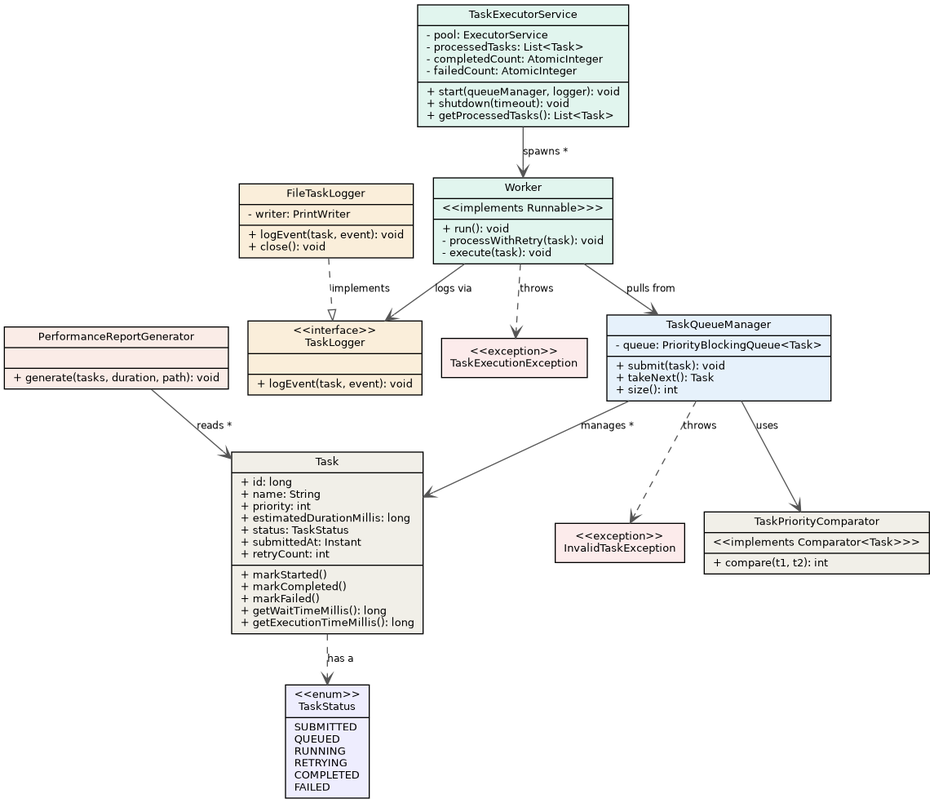
This is docs/diagrams/class_diagram.png from Aklesh1206/Java_vityarthi_project, a Graphviz export, as it was before one commit. Its source is kept beside it as docs/diagrams/class_diagram.dot. Source of this version:
```dot
digraph ClassDiagram {
    rankdir=TB;
    bgcolor="white";
    node [shape=record, fontname="Helvetica", fontsize=10, style=filled, fillcolor="#F1EFE8"];
    edge [fontname="Helvetica", fontsize=9, color="#555555", arrowhead=vee];

    Task [label="{Task|+ id: long\l+ name: String\l+ priority: int\l+ estimatedDurationMillis: long\l+ status: TaskStatus\l+ submittedAt: Instant\l+ retryCount: int\l|+ markStarted()\l+ markCompleted()\l+ markFailed()\l+ getWaitTimeMillis(): long\l+ getExecutionTimeMillis(): long\l}"];

    TaskStatus [label="{\<\<enum\>\>\nTaskStatus|SUBMITTED\lQUEUED\lRUNNING\lRETRYING\lCOMPLETED\lFAILED\l}", fillcolor="#EEEDFE"];

    TaskPriorityComparator [label="{TaskPriorityComparator|\<\<implements Comparator\<Task\>\>\>|+ compare(t1, t2): int\l}"];

    TaskQueueManager [label="{TaskQueueManager|- queue: PriorityBlockingQueue\<Task\>\l|+ submit(task): void\l+ takeNext(): Task\l+ size(): int\l}", fillcolor="#E6F1FB"];

    TaskExecutorService [label="{TaskExecutorService|- pool: ExecutorService\l- processedTasks: List\<Task\>\l- completedCount: AtomicInteger\l- failedCount: AtomicInteger\l|+ start(queueManager, logger): void\l+ shutdown(timeout): void\l+ getProcessedTasks(): List\<Task\>\l}", fillcolor="#E1F5EE"];

    Worker [label="{Worker|\<\<implements Runnable\>\>\>|+ run(): void\l- processWithRetry(task): void\l- execute(task): void\l}", fillcolor="#E1F5EE"];

    TaskLogger [label="{\<\<interface\>\>\nTaskLogger||+ logEvent(task, event): void\l}", fillcolor="#FAEEDA"];

    FileTaskLogger [label="{FileTaskLogger|- writer: PrintWriter\l|+ logEvent(task, event): void\l+ close(): void\l}", fillcolor="#FAEEDA"];

    PerformanceReportGenerator [label="{PerformanceReportGenerator||+ generate(tasks, duration, path): void\l}", fillcolor="#FAECE7"];

    InvalidTaskException [label="{\<\<exception\>\>\nInvalidTaskException}", fillcolor="#FCEBEB"];
    TaskExecutionException [label="{\<\<exception\>\>\nTaskExecutionException}", fillcolor="#FCEBEB"];

    Task -> TaskStatus [label="has a", style=dashed, arrowhead=vee];
    TaskQueueManager -> Task [label="manages *"];
    TaskQueueManager -> TaskPriorityComparator [label="uses"];
    TaskQueueManager -> InvalidTaskException [label="throws", style=dashed];
    TaskExecutorService -> Worker [label="spawns *"];
    Worker -> TaskQueueManager [label="pulls from"];
    Worker -> TaskLogger [label="logs via"];
    Worker -> TaskExecutionException [label="throws", style=dashed];
    FileTaskLogger -> TaskLogger [label="implements", arrowhead=empty, style=dashed];
    PerformanceReportGenerator -> Task [label="reads *"];
}
```
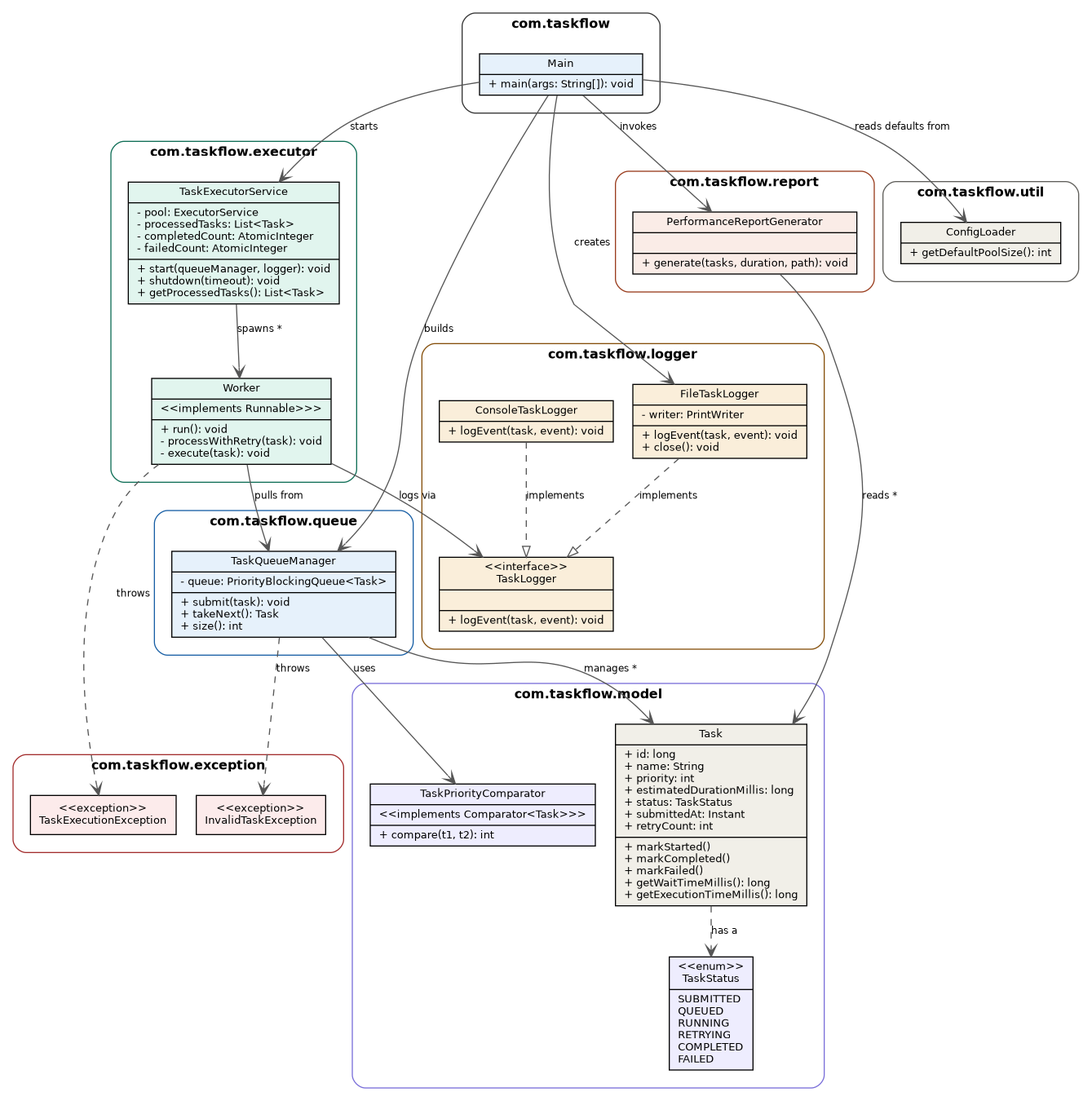
Above is the later version.

Commit message:
Update architecture and class diagrams to reflect com.taskflow package structure

What changed in the source:
```diff
@@ -1,29 +1,78 @@
 digraph ClassDiagram {
     rankdir=TB;
     bgcolor="white";
+    fontname="Helvetica";
     node [shape=record, fontname="Helvetica", fontsize=10, style=filled, fillcolor="#F1EFE8"];
     edge [fontname="Helvetica", fontsize=9, color="#555555", arrowhead=vee];
+    compound=true;
 
-    Task [label="{Task|+ id: long\l+ name: String\l+ priority: int\l+ estimatedDurationMillis: long\l+ status: TaskStatus\l+ submittedAt: Instant\l+ retryCount: int\l|+ markStarted()\l+ markCompleted()\l+ markFailed()\l+ getWaitTimeMillis(): long\l+ getExecutionTimeMillis(): long\l}"];
+    subgraph cluster_model {
+        label="com.taskflow.model";
+        fontsize=12; fontname="Helvetica-Bold"; color="#7A6FD9"; style=rounded; margin=16;
 
-    TaskStatus [label="{\<\<enum\>\>\nTaskStatus|SUBMITTED\lQUEUED\lRUNNING\lRETRYING\lCOMPLETED\lFAILED\l}", fillcolor="#EEEDFE"];
+        Task [label="{Task|+ id: long\l+ name: String\l+ priority: int\l+ estimatedDurationMillis: long\l+ status: TaskStatus\l+ submittedAt: Instant\l+ retryCount: int\l|+ markStarted()\l+ markCompleted()\l+ markFailed()\l+ getWaitTimeMillis(): long\l+ getExecutionTimeMillis(): long\l}"];
+        TaskStatus [label="{\<\<enum\>\>\nTaskStatus|SUBMITTED\lQUEUED\lRUNNING\lRETRYING\lCOMPLETED\lFAILED\l}", fillcolor="#EEEDFE"];
+        TaskPriorityComparator [label="{TaskPriorityComparator|\<\<implements Comparator\<Task\>\>\>|+ compare(t1, t2): int\l}", fillcolor="#EEEDFE"];
+    }
 
-    TaskPriorityComparator [label="{TaskPriorityComparator|\<\<implements Comparator\<Task\>\>\>|+ compare(t1, t2): int\l}"];
+    subgraph cluster_queue {
+        label="com.taskflow.queue";
+        fontsize=12; fontname="Helvetica-Bold"; color="#185FA5"; style=rounded; margin=16;
 
-    TaskQueueManager [label="{TaskQueueManager|- queue: PriorityBlockingQueue\<Task\>\l|+ submit(task): void\l+ takeNext(): Task\l+ size(): int\l}", fillcolor="#E6F1FB"];
+        TaskQueueManager [label="{TaskQueueManager|- queue: PriorityBlockingQueue\<Task\>\l|+ submit(task): void\l+ takeNext(): Task\l+ size(): int\l}", fillcolor="#E6F1FB"];
+    }
 
-    TaskExecutorService [label="{TaskExecutorService|- pool: ExecutorService\l- processedTasks: List\<Task\>\l- completedCount: AtomicInteger\l- failedCount: AtomicInteger\l|+ start(queueManager, logger): void\l+ shutdown(timeout): void\l+ getProcessedTasks(): List\<Task\>\l}", fillcolor="#E1F5EE"];
+    subgraph cluster_executor {
+        label="com.taskflow.executor";
+        fontsize=12; fontname="Helvetica-Bold"; color="#0F6E56"; style=rounded; margin=16;
 
-    Worker [label="{Worker|\<\<implements Runnable\>\>\>|+ run(): void\l- processWithRetry(task): void\l- execute(task): void\l}", fillcolor="#E1F5EE"];
+        TaskExecutorService [label="{TaskExecutorService|- pool: ExecutorService\l- processedTasks: List\<Task\>\l- completedCount: AtomicInteger\l- failedCount: AtomicInteger\l|+ start(queueManager, logger): void\l+ shutdown(timeout): void\l+ getProcessedTasks(): List\<Task\>\l}", fillcolor="#E1F5EE"];
+        Worker [label="{Worker|\<\<implements Runnable\>\>\>|+ run(): void\l- processWithRetry(task): void\l- execute(task): void\l}", fillcolor="#E1F5EE"];
+    }
 
-    TaskLogger [label="{\<\<interface\>\>\nTaskLogger||+ logEvent(task, event): void\l}", fillcolor="#FAEEDA"];
+    subgraph cluster_logger {
+        label="com.taskflow.logger";
+        fontsize=12; fontname="Helvetica-Bold"; color="#854F0B"; style=rounded; margin=16;
 
-    FileTaskLogger [label="{FileTaskLogger|- writer: PrintWriter\l|+ logEvent(task, event): void\l+ close(): void\l}", fillcolor="#FAEEDA"];
+        TaskLogger [label="{\<\<interface\>\>\nTaskLogger||+ logEvent(task, event): void\l}", fillcolor="#FAEEDA"];
+        FileTaskLogger [label="{FileTaskLogger|- writer: PrintWriter\l|+ logEvent(task, event): void\l+ close(): void\l}", fillcolor="#FAEEDA"];
+        ConsoleTaskLogger [label="{ConsoleTaskLogger|+ logEvent(task, event): void\l}", fillcolor="#FAEEDA"];
+    }
 
-    PerformanceReportGenerator [label="{PerformanceReportGenerator||+ generate(tasks, duration, path): void\l}", fillcolor="#FAECE7"];
+    subgraph cluster_report {
+        label="com.taskflow.report";
+        fontsize=12; fontname="Helvetica-Bold"; color="#993C1D"; style=rounded; margin=16;
 
-    InvalidTaskException [label="{\<\<exception\>\>\nInvalidTaskException}", fillcolor="#FCEBEB"];
-    TaskExecutionException [label="{\<\<exception\>\>\nTaskExecutionException}", fillcolor="#FCEBEB"];
+        PerformanceReportGenerator [label="{PerformanceReportGenerator||+ generate(tasks, duration, path): void\l}", fillcolor="#FAECE7"];
+    }
+
+    subgraph cluster_exception {
+        label="com.taskflow.exception";
+        fontsize=12; fontname="Helvetica-Bold"; color="#A32D2D"; style=rounded; margin=16;
+
+        InvalidTaskException [label="{\<\<exception\>\>\nInvalidTaskException}", fillcolor="#FCEBEB"];
+        TaskExecutionException [label="{\<\<exception\>\>\nTaskExecutionException}", fillcolor="#FCEBEB"];
+    }
+
+    subgraph cluster_util {
+        label="com.taskflow.util";
+        fontsize=12; fontname="Helvetica-Bold"; color="#5F5E5A"; style=rounded; margin=16;
+
+        ConfigLoader [label="{ConfigLoader|+ getDefaultPoolSize(): int\l}", fillcolor="#F1EFE8"];
+    }
+
+    subgraph cluster_root {
+        label="com.taskflow";
+        fontsize=12; fontname="Helvetica-Bold"; color="#333333"; style=rounded; margin=16;
+
+        Main [label="{Main|+ main(args: String[]): void\l}", fillcolor="#E6F1FB"];
+    }
+
+    Main -> TaskQueueManager [label="builds"];
+    Main -> TaskExecutorService [label="starts"];
+    Main -> FileTaskLogger [label="creates"];
+    Main -> PerformanceReportGenerator [label="invokes"];
+    Main -> ConfigLoader [label="reads defaults from"];
 
     Task -> TaskStatus [label="has a", style=dashed, arrowhead=vee];
     TaskQueueManager -> Task [label="manages *"];
@@ -34,5 +83,6 @@
     Worker -> TaskLogger [label="logs via"];
     Worker -> TaskExecutionException [label="throws", style=dashed];
     FileTaskLogger -> TaskLogger [label="implements", arrowhead=empty, style=dashed];
+    ConsoleTaskLogger -> TaskLogger [label="implements", arrowhead=empty, style=dashed];
     PerformanceReportGenerator -> Task [label="reads *"];
 }
```
